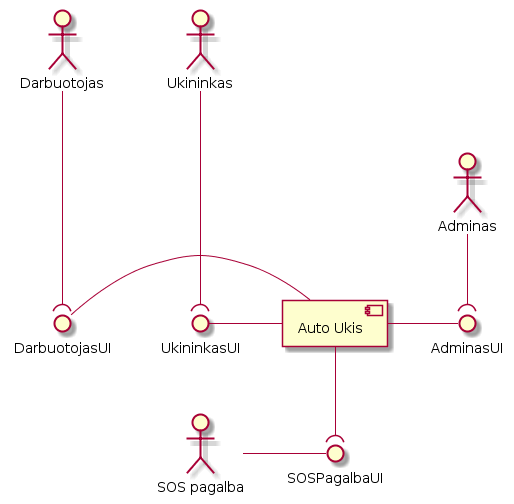
The PlantUML diagram Latex/L0V2.png in macro161/autoukis, before a commit.
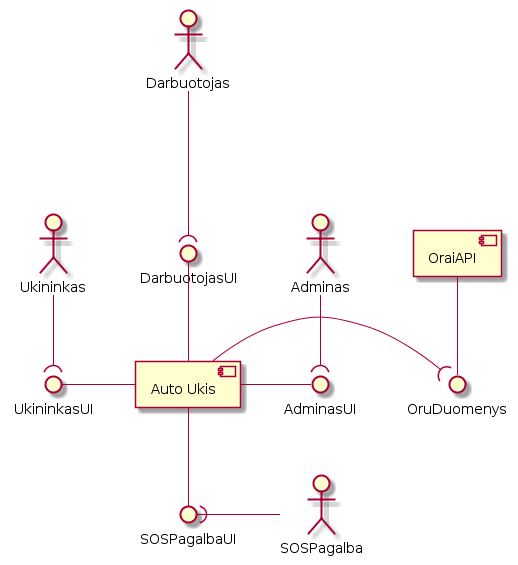
Above is the later version.

What changed in the source:
```diff
@@ -4,10 +4,12 @@
 
 [Auto Ukis] -left--() UkininkasUI
 [Auto Ukis] -right-() AdminasUI
-[Auto Ukis] -left--() DarbuotojasUI
+[Auto Ukis] -up-() DarbuotojasUI
 :Darbuotojas: -down--(DarbuotojasUI
-:Ukininkas: -down--( UkininkasUI
+:Ukininkas: -down-( UkininkasUI
 :Adminas: -down-( AdminasUI
-:SOS pagalba: -right-() SOSPagalbaUI
-[Auto Ukis] -down-( SOSPagalbaUI
+[Auto Ukis] -down-() SOSPagalbaUI
+:SOSPagalba: -left-( SOSPagalbaUI
+[OraiAPI] -down-() OruDuomenys
+[Auto Ukis] -down( OruDuomenys
 @enduml
```
